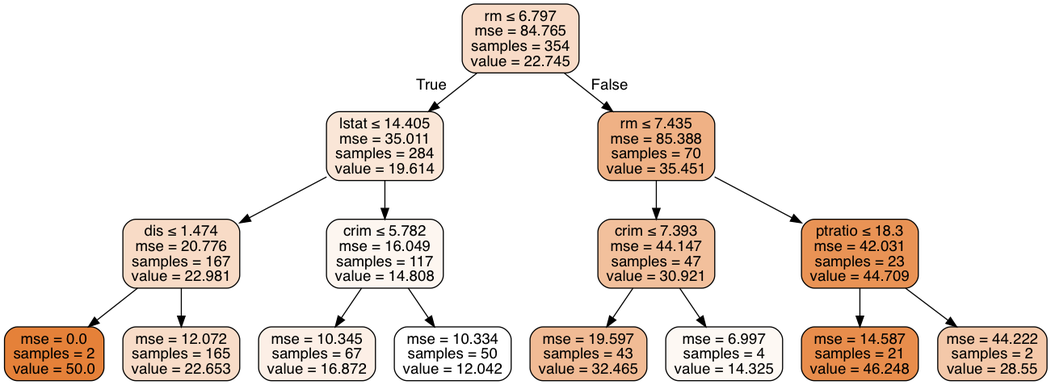
Before: Source.gv.png, a diagram exported from Graphviz (tdody/ISLR). Its source is kept beside it as Source.gv. Its diagram source:
```dot
digraph Tree {
node [shape=box, style="filled, rounded", color="black", fontname=helvetica] ;
edge [fontname=helvetica] ;
0 [label=<rm &le; 6.797<br/>mse = 84.765<br/>samples = 354<br/>value = 22.745>, fillcolor="#e5813948"] ;
1 [label=<lstat &le; 14.405<br/>mse = 35.011<br/>samples = 284<br/>value = 19.614>, fillcolor="#e5813933"] ;
0 -> 1 [labeldistance=2.5, labelangle=45, headlabel="True"] ;
2 [label=<dis &le; 1.474<br/>mse = 20.776<br/>samples = 167<br/>value = 22.981>, fillcolor="#e5813949"] ;
1 -> 2 ;
3 [label=<mse = 0.0<br/>samples = 2<br/>value = 50.0>, fillcolor="#e58139ff"] ;
2 -> 3 ;
4 [label=<mse = 12.072<br/>samples = 165<br/>value = 22.653>, fillcolor="#e5813947"] ;
2 -> 4 ;
5 [label=<crim &le; 5.782<br/>mse = 16.049<br/>samples = 117<br/>value = 14.808>, fillcolor="#e5813913"] ;
1 -> 5 ;
6 [label=<mse = 10.345<br/>samples = 67<br/>value = 16.872>, fillcolor="#e5813920"] ;
5 -> 6 ;
7 [label=<mse = 10.334<br/>samples = 50<br/>value = 12.042>, fillcolor="#e5813900"] ;
5 -> 7 ;
8 [label=<rm &le; 7.435<br/>mse = 85.388<br/>samples = 70<br/>value = 35.451>, fillcolor="#e581399d"] ;
0 -> 8 [labeldistance=2.5, labelangle=-45, headlabel="False"] ;
9 [label=<crim &le; 7.393<br/>mse = 44.147<br/>samples = 47<br/>value = 30.921>, fillcolor="#e581397f"] ;
8 -> 9 ;
10 [label=<mse = 19.597<br/>samples = 43<br/>value = 32.465>, fillcolor="#e5813989"] ;
9 -> 10 ;
11 [label=<mse = 6.997<br/>samples = 4<br/>value = 14.325>, fillcolor="#e581390f"] ;
9 -> 11 ;
12 [label=<ptratio &le; 18.3<br/>mse = 42.031<br/>samples = 23<br/>value = 44.709>, fillcolor="#e58139db"] ;
8 -> 12 ;
13 [label=<mse = 14.587<br/>samples = 21<br/>value = 46.248>, fillcolor="#e58139e6"] ;
12 -> 13 ;
14 [label=<mse = 44.222<br/>samples = 2<br/>value = 28.55>, fillcolor="#e581396f"] ;
12 -> 14 ;
}
```
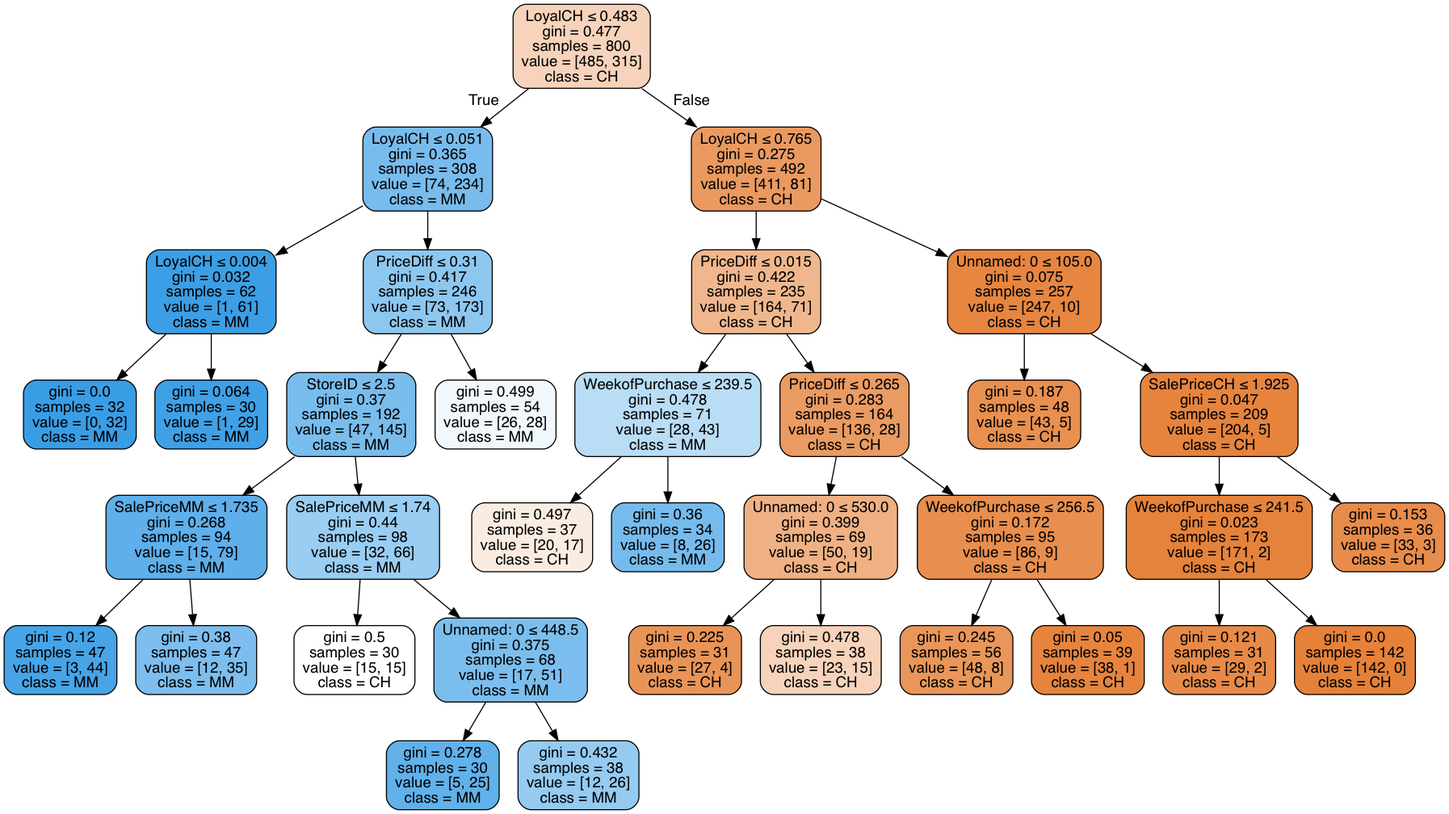
The same diagram one commit later.

What changed in the source:
```diff
@@ -1,33 +1,73 @@
 digraph Tree {
 node [shape=box, style="filled, rounded", color="black", fontname=helvetica] ;
 edge [fontname=helvetica] ;
-0 [label=<rm &le; 6.797<br/>mse = 84.765<br/>samples = 354<br/>value = 22.745>, fillcolor="#e5813948"] ;
-1 [label=<lstat &le; 14.405<br/>mse = 35.011<br/>samples = 284<br/>value = 19.614>, fillcolor="#e5813933"] ;
+0 [label=<LoyalCH &le; 0.483<br/>gini = 0.477<br/>samples = 800<br/>value = [485, 315]<br/>class = CH>, fillcolor="#e5813959"] ;
+1 [label=<LoyalCH &le; 0.051<br/>gini = 0.365<br/>samples = 308<br/>value = [74, 234]<br/>class = MM>, fillcolor="#399de5ae"] ;
 0 -> 1 [labeldistance=2.5, labelangle=45, headlabel="True"] ;
-2 [label=<dis &le; 1.474<br/>mse = 20.776<br/>samples = 167<br/>value = 22.981>, fillcolor="#e5813949"] ;
+2 [label=<LoyalCH &le; 0.004<br/>gini = 0.032<br/>samples = 62<br/>value = [1, 61]<br/>class = MM>, fillcolor="#399de5fb"] ;
 1 -> 2 ;
-3 [label=<mse = 0.0<br/>samples = 2<br/>value = 50.0>, fillcolor="#e58139ff"] ;
+3 [label=<gini = 0.0<br/>samples = 32<br/>value = [0, 32]<br/>class = MM>, fillcolor="#399de5ff"] ;
 2 -> 3 ;
-4 [label=<mse = 12.072<br/>samples = 165<br/>value = 22.653>, fillcolor="#e5813947"] ;
+4 [label=<gini = 0.064<br/>samples = 30<br/>value = [1, 29]<br/>class = MM>, fillcolor="#399de5f6"] ;
 2 -> 4 ;
-5 [label=<crim &le; 5.782<br/>mse = 16.049<br/>samples = 117<br/>value = 14.808>, fillcolor="#e5813913"] ;
+5 [label=<PriceDiff &le; 0.31<br/>gini = 0.417<br/>samples = 246<br/>value = [73, 173]<br/>class = MM>, fillcolor="#399de593"] ;
 1 -> 5 ;
-6 [label=<mse = 10.345<br/>samples = 67<br/>value = 16.872>, fillcolor="#e5813920"] ;
+6 [label=<StoreID &le; 2.5<br/>gini = 0.37<br/>samples = 192<br/>value = [47, 145]<br/>class = MM>, fillcolor="#399de5ac"] ;
 5 -> 6 ;
-7 [label=<mse = 10.334<br/>samples = 50<br/>value = 12.042>, fillcolor="#e5813900"] ;
-5 -> 7 ;
-8 [label=<rm &le; 7.435<br/>mse = 85.388<br/>samples = 70<br/>value = 35.451>, fillcolor="#e581399d"] ;
-0 -> 8 [labeldistance=2.5, labelangle=-45, headlabel="False"] ;
-9 [label=<crim &le; 7.393<br/>mse = 44.147<br/>samples = 47<br/>value = 30.921>, fillcolor="#e581397f"] ;
-8 -> 9 ;
-10 [label=<mse = 19.597<br/>samples = 43<br/>value = 32.465>, fillcolor="#e5813989"] ;
-9 -> 10 ;
-11 [label=<mse = 6.997<br/>samples = 4<br/>value = 14.325>, fillcolor="#e581390f"] ;
-9 -> 11 ;
-12 [label=<ptratio &le; 18.3<br/>mse = 42.031<br/>samples = 23<br/>value = 44.709>, fillcolor="#e58139db"] ;
-8 -> 12 ;
-13 [label=<mse = 14.587<br/>samples = 21<br/>value = 46.248>, fillcolor="#e58139e6"] ;
+7 [label=<SalePriceMM &le; 1.735<br/>gini = 0.268<br/>samples = 94<br/>value = [15, 79]<br/>class = MM>, fillcolor="#399de5cf"] ;
+6 -> 7 ;
+8 [label=<gini = 0.12<br/>samples = 47<br/>value = [3, 44]<br/>class = MM>, fillcolor="#399de5ee"] ;
+7 -> 8 ;
+9 [label=<gini = 0.38<br/>samples = 47<br/>value = [12, 35]<br/>class = MM>, fillcolor="#399de5a8"] ;
+7 -> 9 ;
+10 [label=<SalePriceMM &le; 1.74<br/>gini = 0.44<br/>samples = 98<br/>value = [32, 66]<br/>class = MM>, fillcolor="#399de583"] ;
+6 -> 10 ;
+11 [label=<gini = 0.5<br/>samples = 30<br/>value = [15, 15]<br/>class = CH>, fillcolor="#e5813900"] ;
+10 -> 11 ;
+12 [label=<Unnamed: 0 &le; 448.5<br/>gini = 0.375<br/>samples = 68<br/>value = [17, 51]<br/>class = MM>, fillcolor="#399de5aa"] ;
+10 -> 12 ;
+13 [label=<gini = 0.278<br/>samples = 30<br/>value = [5, 25]<br/>class = MM>, fillcolor="#399de5cc"] ;
 12 -> 13 ;
-14 [label=<mse = 44.222<br/>samples = 2<br/>value = 28.55>, fillcolor="#e581396f"] ;
+14 [label=<gini = 0.432<br/>samples = 38<br/>value = [12, 26]<br/>class = MM>, fillcolor="#399de589"] ;
 12 -> 14 ;
+15 [label=<gini = 0.499<br/>samples = 54<br/>value = [26, 28]<br/>class = MM>, fillcolor="#399de512"] ;
+5 -> 15 ;
+16 [label=<LoyalCH &le; 0.765<br/>gini = 0.275<br/>samples = 492<br/>value = [411, 81]<br/>class = CH>, fillcolor="#e58139cd"] ;
+0 -> 16 [labeldistance=2.5, labelangle=-45, headlabel="False"] ;
+17 [label=<PriceDiff &le; 0.015<br/>gini = 0.422<br/>samples = 235<br/>value = [164, 71]<br/>class = CH>, fillcolor="#e5813991"] ;
+16 -> 17 ;
+18 [label=<WeekofPurchase &le; 239.5<br/>gini = 0.478<br/>samples = 71<br/>value = [28, 43]<br/>class = MM>, fillcolor="#399de559"] ;
+17 -> 18 ;
+19 [label=<gini = 0.497<br/>samples = 37<br/>value = [20, 17]<br/>class = CH>, fillcolor="#e5813926"] ;
+18 -> 19 ;
+20 [label=<gini = 0.36<br/>samples = 34<br/>value = [8, 26]<br/>class = MM>, fillcolor="#399de5b1"] ;
+18 -> 20 ;
+21 [label=<PriceDiff &le; 0.265<br/>gini = 0.283<br/>samples = 164<br/>value = [136, 28]<br/>class = CH>, fillcolor="#e58139ca"] ;
+17 -> 21 ;
+22 [label=<Unnamed: 0 &le; 530.0<br/>gini = 0.399<br/>samples = 69<br/>value = [50, 19]<br/>class = CH>, fillcolor="#e581399e"] ;
+21 -> 22 ;
+23 [label=<gini = 0.225<br/>samples = 31<br/>value = [27, 4]<br/>class = CH>, fillcolor="#e58139d9"] ;
+22 -> 23 ;
+24 [label=<gini = 0.478<br/>samples = 38<br/>value = [23, 15]<br/>class = CH>, fillcolor="#e5813959"] ;
+22 -> 24 ;
+25 [label=<WeekofPurchase &le; 256.5<br/>gini = 0.172<br/>samples = 95<br/>value = [86, 9]<br/>class = CH>, fillcolor="#e58139e4"] ;
+21 -> 25 ;
+26 [label=<gini = 0.245<br/>samples = 56<br/>value = [48, 8]<br/>class = CH>, fillcolor="#e58139d4"] ;
+25 -> 26 ;
+27 [label=<gini = 0.05<br/>samples = 39<br/>value = [38, 1]<br/>class = CH>, fillcolor="#e58139f8"] ;
+25 -> 27 ;
+28 [label=<Unnamed: 0 &le; 105.0<br/>gini = 0.075<br/>samples = 257<br/>value = [247, 10]<br/>class = CH>, fillcolor="#e58139f5"] ;
+16 -> 28 ;
+29 [label=<gini = 0.187<br/>samples = 48<br/>value = [43, 5]<br/>class = CH>, fillcolor="#e58139e1"] ;
+28 -> 29 ;
+30 [label=<SalePriceCH &le; 1.925<br/>gini = 0.047<br/>samples = 209<br/>value = [204, 5]<br/>class = CH>, fillcolor="#e58139f9"] ;
+28 -> 30 ;
+31 [label=<WeekofPurchase &le; 241.5<br/>gini = 0.023<br/>samples = 173<br/>value = [171, 2]<br/>class = CH>, fillcolor="#e58139fc"] ;
+30 -> 31 ;
+32 [label=<gini = 0.121<br/>samples = 31<br/>value = [29, 2]<br/>class = CH>, fillcolor="#e58139ed"] ;
+31 -> 32 ;
+33 [label=<gini = 0.0<br/>samples = 142<br/>value = [142, 0]<br/>class = CH>, fillcolor="#e58139ff"] ;
+31 -> 33 ;
+34 [label=<gini = 0.153<br/>samples = 36<br/>value = [33, 3]<br/>class = CH>, fillcolor="#e58139e8"] ;
+30 -> 34 ;
 }
```
